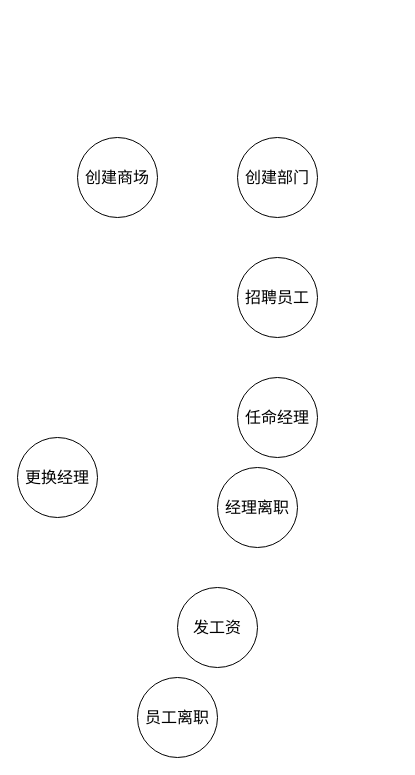
Above: shopping_mall_data_flow_diagram.drawio in ArronVague/chatroom (draw.io), before the change. Source tidied: cells renumbered, new cells numbered last; positions are measured from the earlier drawing's top-left corner, leaving out a move shared by most shapes. Both pictures are drawn from the tidied source at 100%, with x=0, y=0 at pixel (17, 137).
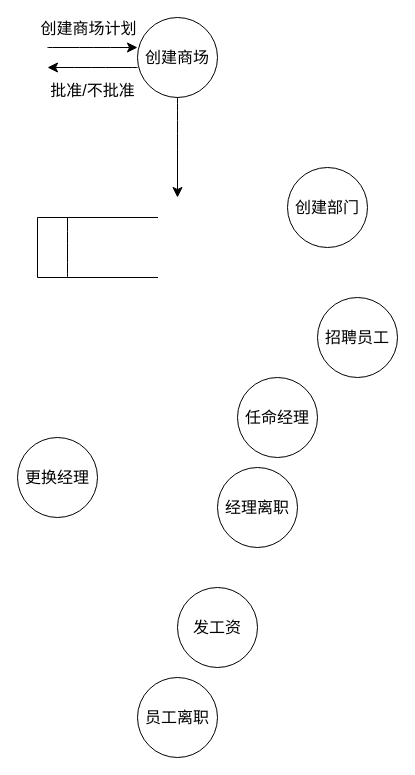
The same page after the edit.

What changed in the source:
```diff
@@
     <mxCell id="2" value="创建商场" style="ellipse;whiteSpace=wrap;html=1;fontSize=16;" parent="1" vertex="1">
-      <mxGeometry x="60" width="80" height="80" as="geometry" />
+      <mxGeometry x="120" y="-120" width="80" height="80" as="geometry" />
     </mxCell>
     <mxCell id="3" value="创建部门" style="ellipse;whiteSpace=wrap;html=1;fontSize=16;" parent="1" vertex="1">
-      <mxGeometry x="220" width="80" height="80" as="geometry" />
+      <mxGeometry x="270" y="30" width="80" height="80" as="geometry" />
     </mxCell>
     <mxCell id="4" value="招聘员工" style="ellipse;whiteSpace=wrap;html=1;fontSize=16;" parent="1" vertex="1">
-      <mxGeometry x="220" y="120" width="80" height="80" as="geometry" />
+      <mxGeometry x="300" y="160" width="80" height="80" as="geometry" />
     </mxCell>
@@
+    <mxCell id="10" style="endArrow=classic;html=1;rounded=0;fontSize=12;startSize=8;endSize=8;curved=1;entryX=0;entryY=0.25;entryDx=0;entryDy=0;entryPerimeter=0;" parent="1" edge="1">
+      <mxGeometry relative="1" as="geometry">
+        <mxPoint x="30" y="-90" as="sourcePoint" />
+        <mxPoint x="120" y="-90" as="targetPoint" />
+      </mxGeometry>
+    </mxCell>
+    <mxCell id="11" value="创建商场计划&lt;br&gt;" style="edgeLabel;html=1;align=center;verticalAlign=middle;fontSize=16;" parent="10" vertex="1">
+      <mxGeometry x="0.27" y="4" relative="1" as="geometry">
+        <mxPoint x="-17" y="-16" as="offset" />
+      </mxGeometry>
+    </mxCell>
+    <mxCell id="12" style="endArrow=classic;html=1;rounded=0;fontSize=12;startSize=8;endSize=8;curved=1;" parent="1" edge="1">
+      <mxGeometry relative="1" as="geometry">
+        <mxPoint x="120" y="-70" as="sourcePoint" />
+        <mxPoint x="30" y="-70" as="targetPoint" />
+      </mxGeometry>
+    </mxCell>
+    <mxCell id="13" value="批准/不批准" style="text;html=1;align=center;verticalAlign=middle;strokeColor=none;fillColor=none;fontSize=16;" parent="1" vertex="1">
+      <mxGeometry x="20" y="-62" width="110" height="30" as="geometry" />
+    </mxCell>
+    <mxCell id="14" style="endArrow=classic;html=1;rounded=0;fontSize=12;startSize=8;endSize=8;curved=1;exitX=0.5;exitY=1;exitDx=0;exitDy=0;" parent="1" edge="1" source="2">
+      <mxGeometry relative="1" as="geometry">
+        <mxPoint x="160" y="60" as="targetPoint" />
+      </mxGeometry>
+    </mxCell>
+    <mxCell id="15" style="shape=partialRectangle;whiteSpace=wrap;html=1;bottom=1;right=1;left=1;top=0;fillColor=none;routingCenterX=-0.5;fontSize=16;direction=south;" parent="1" vertex="1">
+      <mxGeometry x="20" y="80" width="120" height="60" as="geometry" />
+    </mxCell>
+    <mxCell id="16" style="endArrow=none;html=1;rounded=0;fontSize=12;startSize=8;endSize=8;curved=1;exitX=1;exitY=0.75;exitDx=0;exitDy=0;entryX=0;entryY=0.75;entryDx=0;entryDy=0;" parent="1" edge="1" source="15" target="15">
+      <mxGeometry relative="1" as="geometry" />
+    </mxCell>
```
